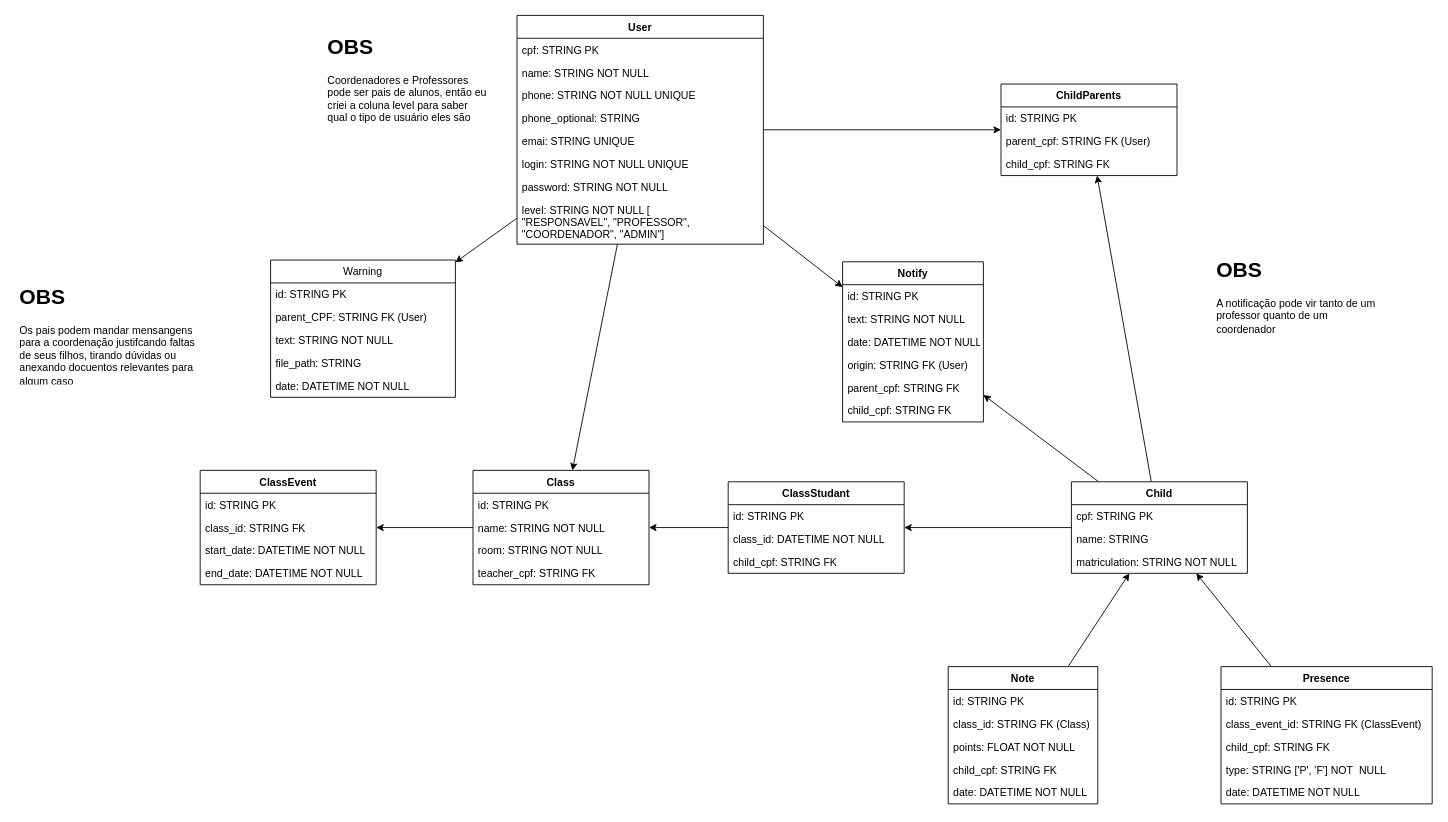
Earlier version of the draw.io diagram docs/diagrams/der.drawio (mauriciobenjamin700/SMEIF). Source tidied: cells renumbered, new cells numbered last; positions are measured from the earlier drawing's top-left corner, leaving out a move shared by most shapes. Both pictures are drawn from the tidied source at 88%, with x=0, y=0 at pixel (15, 15).
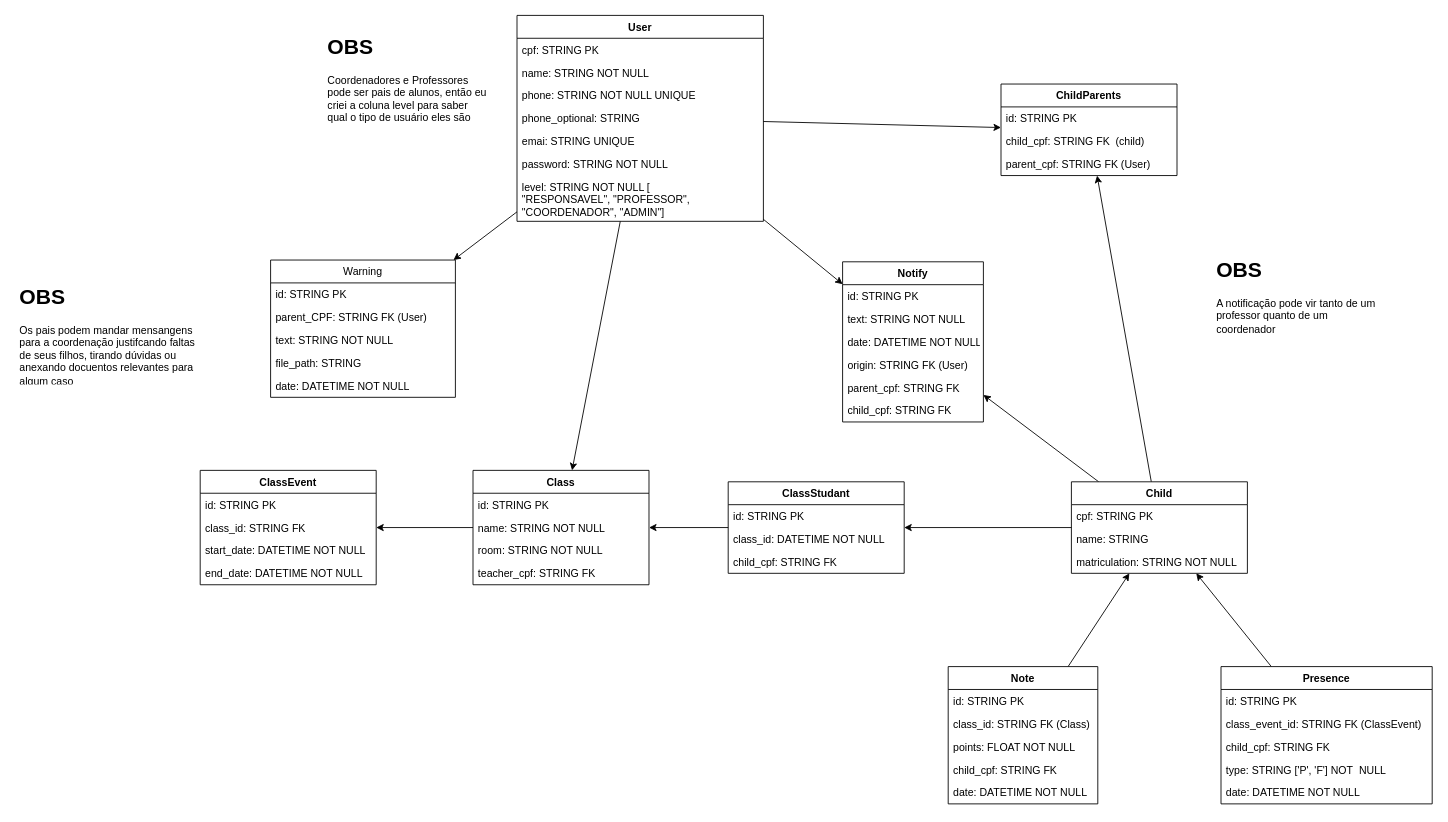
The same diagram, later.

Commit message (it also covers changes not shown here):
docs: update in docs about login acess

Unchanged cells that the change refers to:
```xml
<mxCell id="49" value="ChildParents" style="swimlane;fontStyle=1;align=center;verticalAlign=top;horizontal=1;startSize=26;" parent="1" vertex="1">
  <mxGeometry x="1120" y="78" width="200" height="104" as="geometry" />
</mxCell>
```

What changed in the source:
```diff
@@
     <mxCell id="5" value="User" style="swimlane;fontStyle=1;align=center;verticalAlign=top;horizontal=1;startSize=26;" parent="1" vertex="1">
-      <mxGeometry x="570" width="280" height="260" as="geometry" />
+      <mxGeometry x="570" width="280" height="234" as="geometry" />
     </mxCell>
@@
-    <mxCell id="11" value="login: STRING NOT NULL UNIQUE" style="text;strokeColor=none;fillColor=none;align=left;verticalAlign=top;spacingLeft=4;spacingRight=4;overflow=hidden;" parent="5" vertex="1">
-      <mxGeometry y="156" width="280" height="26" as="geometry" />
-    </mxCell>
     <mxCell id="12" value="password: STRING NOT NULL" style="text;strokeColor=none;fillColor=none;align=left;verticalAlign=top;spacingLeft=4;spacingRight=4;overflow=hidden;" parent="5" vertex="1">
-      <mxGeometry y="182" width="280" height="26" as="geometry" />
+      <mxGeometry y="156" width="280" height="26" as="geometry" />
     </mxCell>
     <mxCell id="13" value="level: STRING NOT NULL [&#10;&quot;RESPONSAVEL&quot;, &quot;PROFESSOR&quot;, &#10;&quot;COORDENADOR&quot;, &quot;ADMIN&quot;]" style="text;strokeColor=none;fillColor=none;align=left;verticalAlign=top;spacingLeft=4;spacingRight=4;overflow=hidden;" parent="5" vertex="1">
-      <mxGeometry y="208" width="280" height="52" as="geometry" />
+      <mxGeometry y="182" width="280" height="52" as="geometry" />
     </mxCell>
@@
+    <mxCell id="52" value="child_cpf: STRING FK  (child)" style="text;strokeColor=none;fillColor=none;align=left;verticalAlign=top;spacingLeft=4;spacingRight=4;overflow=hidden;" parent="49" vertex="1">
+      <mxGeometry y="52" width="200" height="26" as="geometry" />
+    </mxCell>
     <mxCell id="51" value="parent_cpf: STRING FK (User)" style="text;strokeColor=none;fillColor=none;align=left;verticalAlign=top;spacingLeft=4;spacingRight=4;overflow=hidden;" parent="49" vertex="1">
-      <mxGeometry y="52" width="200" height="26" as="geometry" />
+      <mxGeometry y="78" width="200" height="26" as="geometry" />
     </mxCell>
-    <mxCell id="52" value="child_cpf: STRING FK " style="text;strokeColor=none;fillColor=none;align=left;verticalAlign=top;spacingLeft=4;spacingRight=4;overflow=hidden;" parent="49" vertex="1">
-      <mxGeometry y="78" width="200" height="26" as="geometry" />
-    </mxCell>
```
